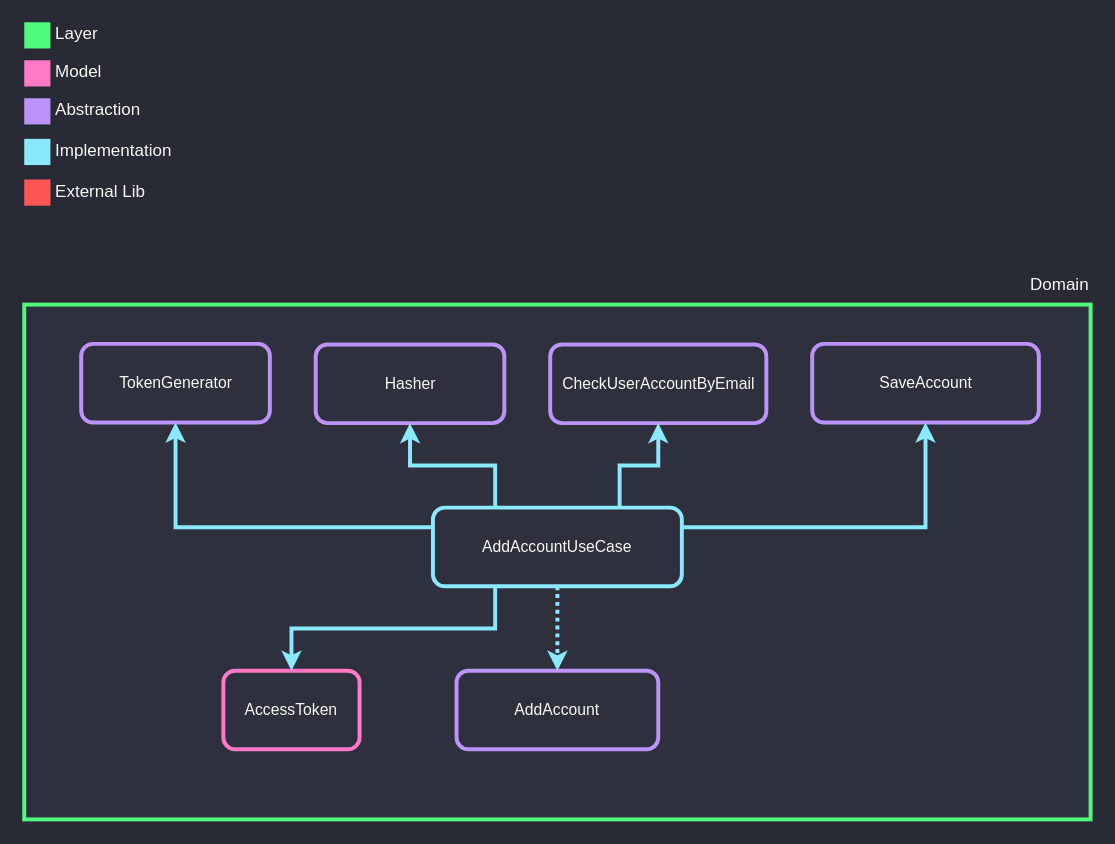
This is documentation/signup/dependencies.drawio from alexandrevoliveira/engemanapi, a draw.io file, before an edit. Source tidied: cells renumbered, new cells numbered last; positions are measured from the earlier drawing's top-left corner, leaving out a move shared by most shapes. Both pictures are drawn from the tidied source at 131%, with x=0, y=0 at pixel (24, 21).
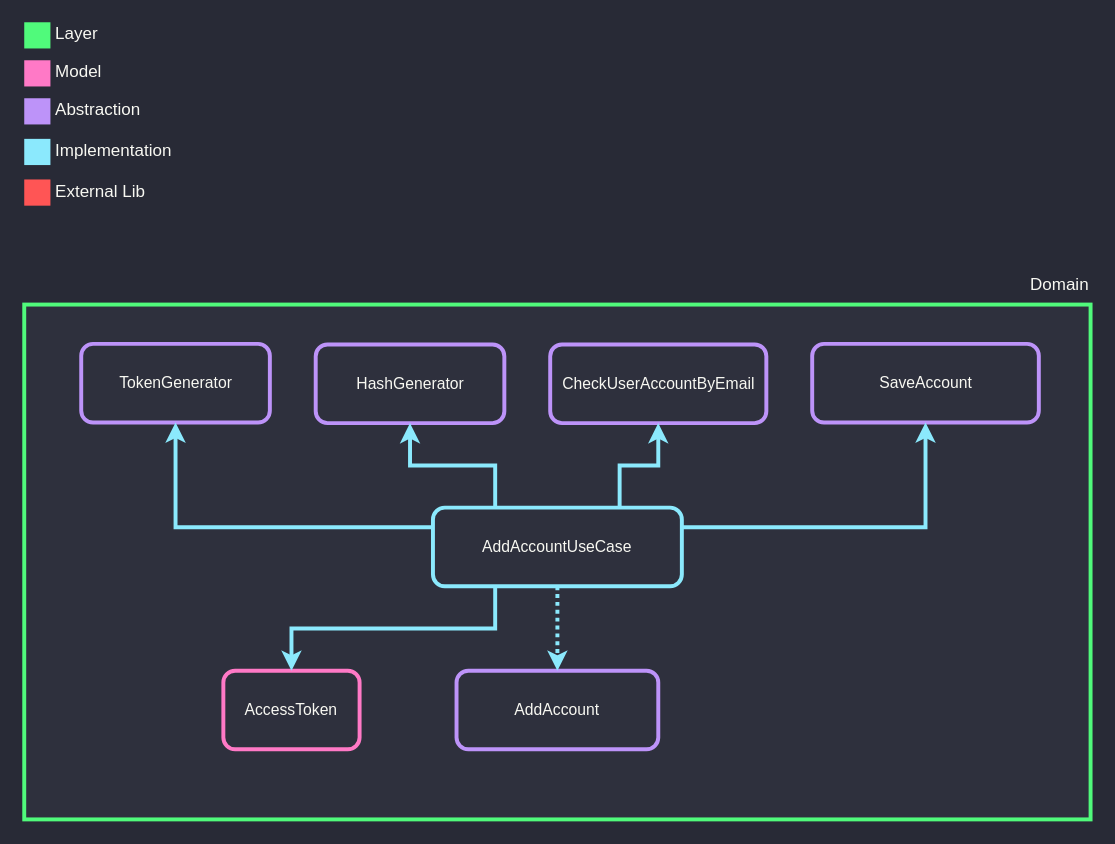
The same diagram, later.

Commit message:
docs: update AddAccount dependency diagrams

What changed in the source:
```diff
@@
-    <mxCell id="25" value="Hasher" style="rounded=1;whiteSpace=wrap;html=1;strokeColor=#BD93F9;fillColor=#2E303D;strokeWidth=3;fontColor=#F8F8F2;" parent="1" vertex="1">
+    <mxCell id="25" value="HashGenerator" style="rounded=1;whiteSpace=wrap;html=1;strokeColor=#BD93F9;fillColor=#2E303D;strokeWidth=3;fontColor=#F8F8F2;" parent="1" vertex="1">
       <mxGeometry x="222.5" y="246.5" width="144" height="60" as="geometry" />
     </mxCell>
```
